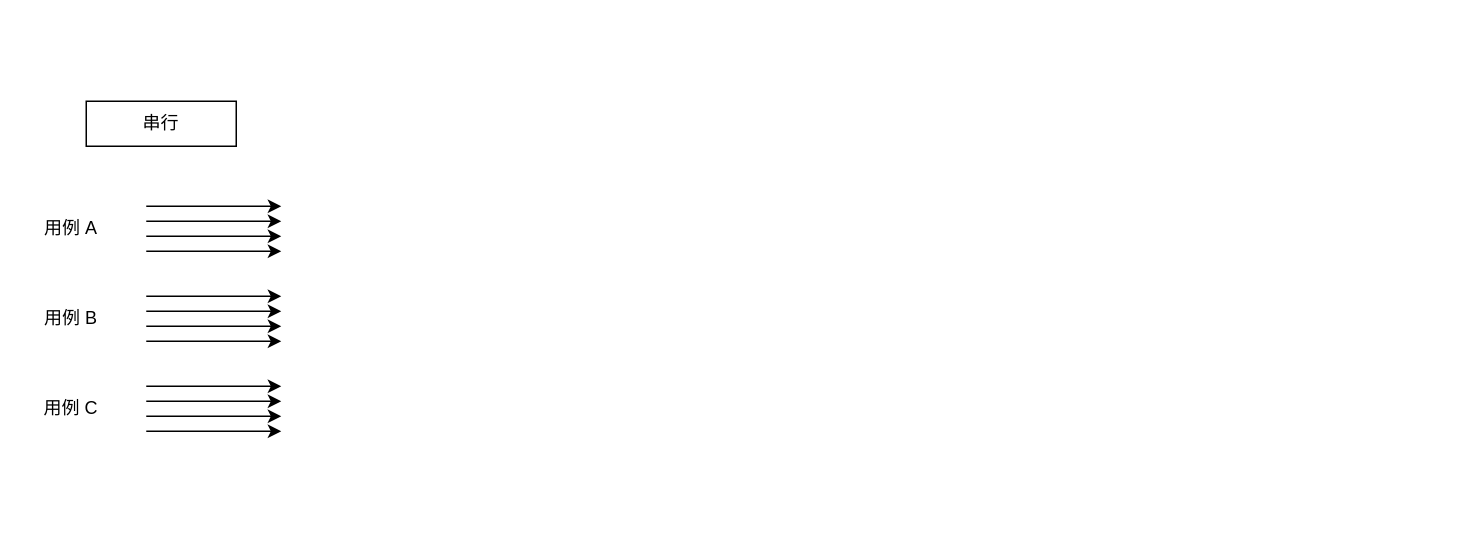
This is draw.io/Session 不同用例区分测试.drawio from KeatonLi/pictures, a draw.io file, before an edit. Source tidied: cells renumbered, new cells numbered last; positions are measured from the earlier drawing's top-left corner, leaving out a move shared by most shapes. Both pictures are drawn from the tidied source at 150%, with x=0, y=0 at pixel (26, 100).
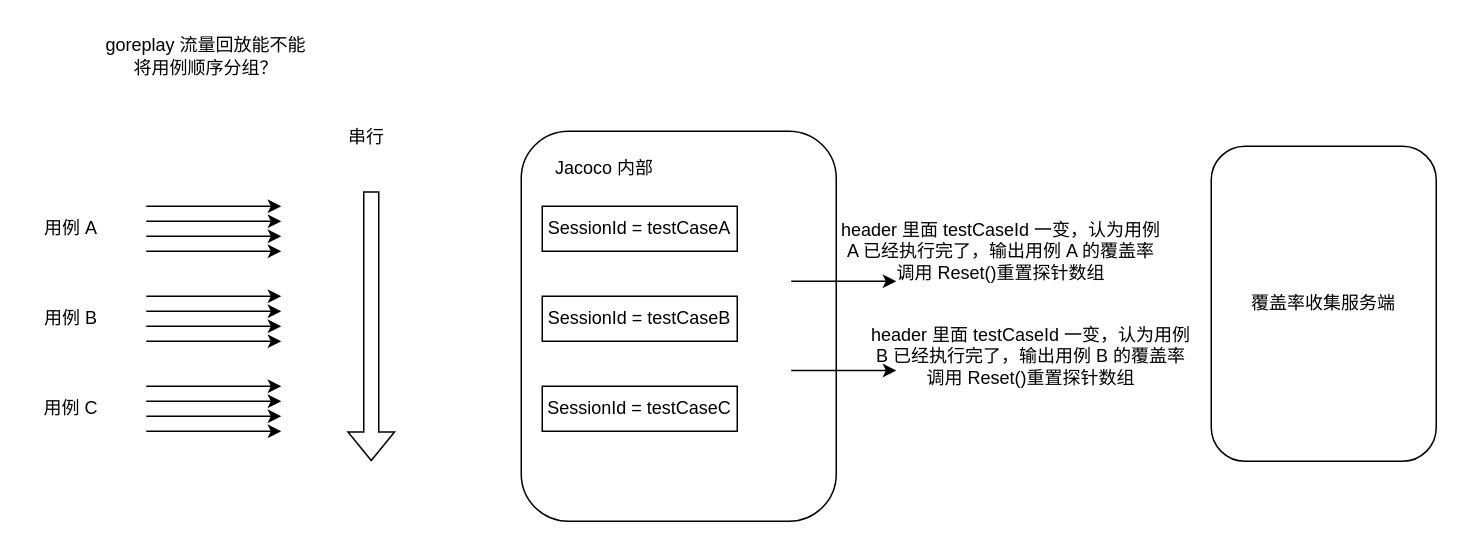
The same diagram, later.

Commit message (it also covers changes not shown here):
更新Session 不同用例区分测试.drawio

Diff of the diagram source:
```diff
@@
+    <mxCell id="18" style="shape=flexArrow;endArrow=classic;html=1;rounded=0;" parent="1" edge="1">
+      <mxGeometry relative="1" as="geometry">
+        <mxPoint x="230" y="60" as="sourcePoint" />
+        <mxPoint x="230" y="240" as="targetPoint" />
+      </mxGeometry>
+    </mxCell>
-    <mxCell id="17" value="串行" style="rounded=0;whiteSpace=wrap;html=1;" parent="1" vertex="1">
-      <mxGeometry x="40" width="100" height="30" as="geometry" />
+    <mxCell id="17" value="&lt;div style=&quot;text-align: center;&quot;&gt;&lt;span style=&quot;background-color: transparent; color: light-dark(rgb(0, 0, 0), rgb(255, 255, 255));&quot;&gt;串行&lt;/span&gt;&lt;/div&gt;" style="text;whiteSpace=wrap;html=1;" parent="1" vertex="1">
+      <mxGeometry x="213" y="10" width="60" height="40" as="geometry" />
     </mxCell>
+    <mxCell id="19" style="rounded=1;whiteSpace=wrap;html=1;" parent="1" vertex="1">
+      <mxGeometry x="330" y="20" width="210" height="260" as="geometry" />
+    </mxCell>
+    <mxCell id="20" value="&amp;nbsp;Jacoco 内部" style="text;html=1;align=center;verticalAlign=middle;whiteSpace=wrap;rounded=0;" parent="1" vertex="1">
+      <mxGeometry x="344" y="30" width="80" height="30" as="geometry" />
+    </mxCell>
+    <mxCell id="21" value="SessionId = testCaseA" style="rounded=0;whiteSpace=wrap;html=1;" parent="1" vertex="1">
+      <mxGeometry x="344" y="70" width="130" height="30" as="geometry" />
+    </mxCell>
+    <mxCell id="22" value="SessionId = testCaseB" style="rounded=0;whiteSpace=wrap;html=1;" parent="1" vertex="1">
+      <mxGeometry x="344" y="130" width="130" height="30" as="geometry" />
+    </mxCell>
+    <mxCell id="23" value="SessionId = testCaseC" style="rounded=0;whiteSpace=wrap;html=1;" parent="1" vertex="1">
+      <mxGeometry x="344" y="190" width="130" height="30" as="geometry" />
+    </mxCell>
+    <mxCell id="24" style="endArrow=classic;html=1;rounded=0;" parent="1" edge="1">
+      <mxGeometry relative="1" as="geometry">
+        <mxPoint x="510" y="120" as="sourcePoint" />
+        <mxPoint x="580" y="120" as="targetPoint" />
+      </mxGeometry>
+    </mxCell>
+    <mxCell id="25" value="header 里面 testCaseId 一变，认为用例 A 已经执行完了，输出用例 A 的覆盖率&lt;br&gt;调用 Reset()重置探针数组" style="text;html=1;align=center;verticalAlign=middle;whiteSpace=wrap;rounded=0;" parent="1" vertex="1">
+      <mxGeometry x="540" y="90" width="220" height="20" as="geometry" />
+    </mxCell>
+    <mxCell id="26" value="header 里面 testCaseId 一变，认为用例 B 已经执行完了，输出用例 B 的覆盖率&lt;br&gt;调用 Reset()重置探针数组" style="text;html=1;align=center;verticalAlign=middle;whiteSpace=wrap;rounded=0;" parent="1" vertex="1">
+      <mxGeometry x="560" y="160" width="220" height="20" as="geometry" />
+    </mxCell>
+    <mxCell id="27" style="endArrow=classic;html=1;rounded=0;" parent="1" edge="1">
+      <mxGeometry relative="1" as="geometry">
+        <mxPoint x="510" y="179.5" as="sourcePoint" />
+        <mxPoint x="580" y="179.5" as="targetPoint" />
+      </mxGeometry>
+    </mxCell>
+    <mxCell id="28" value="覆盖率收集服务端" style="rounded=1;whiteSpace=wrap;html=1;" parent="1" vertex="1">
+      <mxGeometry x="790" y="30" width="150" height="210" as="geometry" />
+    </mxCell>
+    <mxCell id="29" value="goreplay 流量回放能不能将用例顺序分组？" style="text;html=1;align=center;verticalAlign=middle;whiteSpace=wrap;rounded=0;" parent="1" vertex="1">
+      <mxGeometry x="50" y="-50" width="140" height="40" as="geometry" />
+    </mxCell>
```
